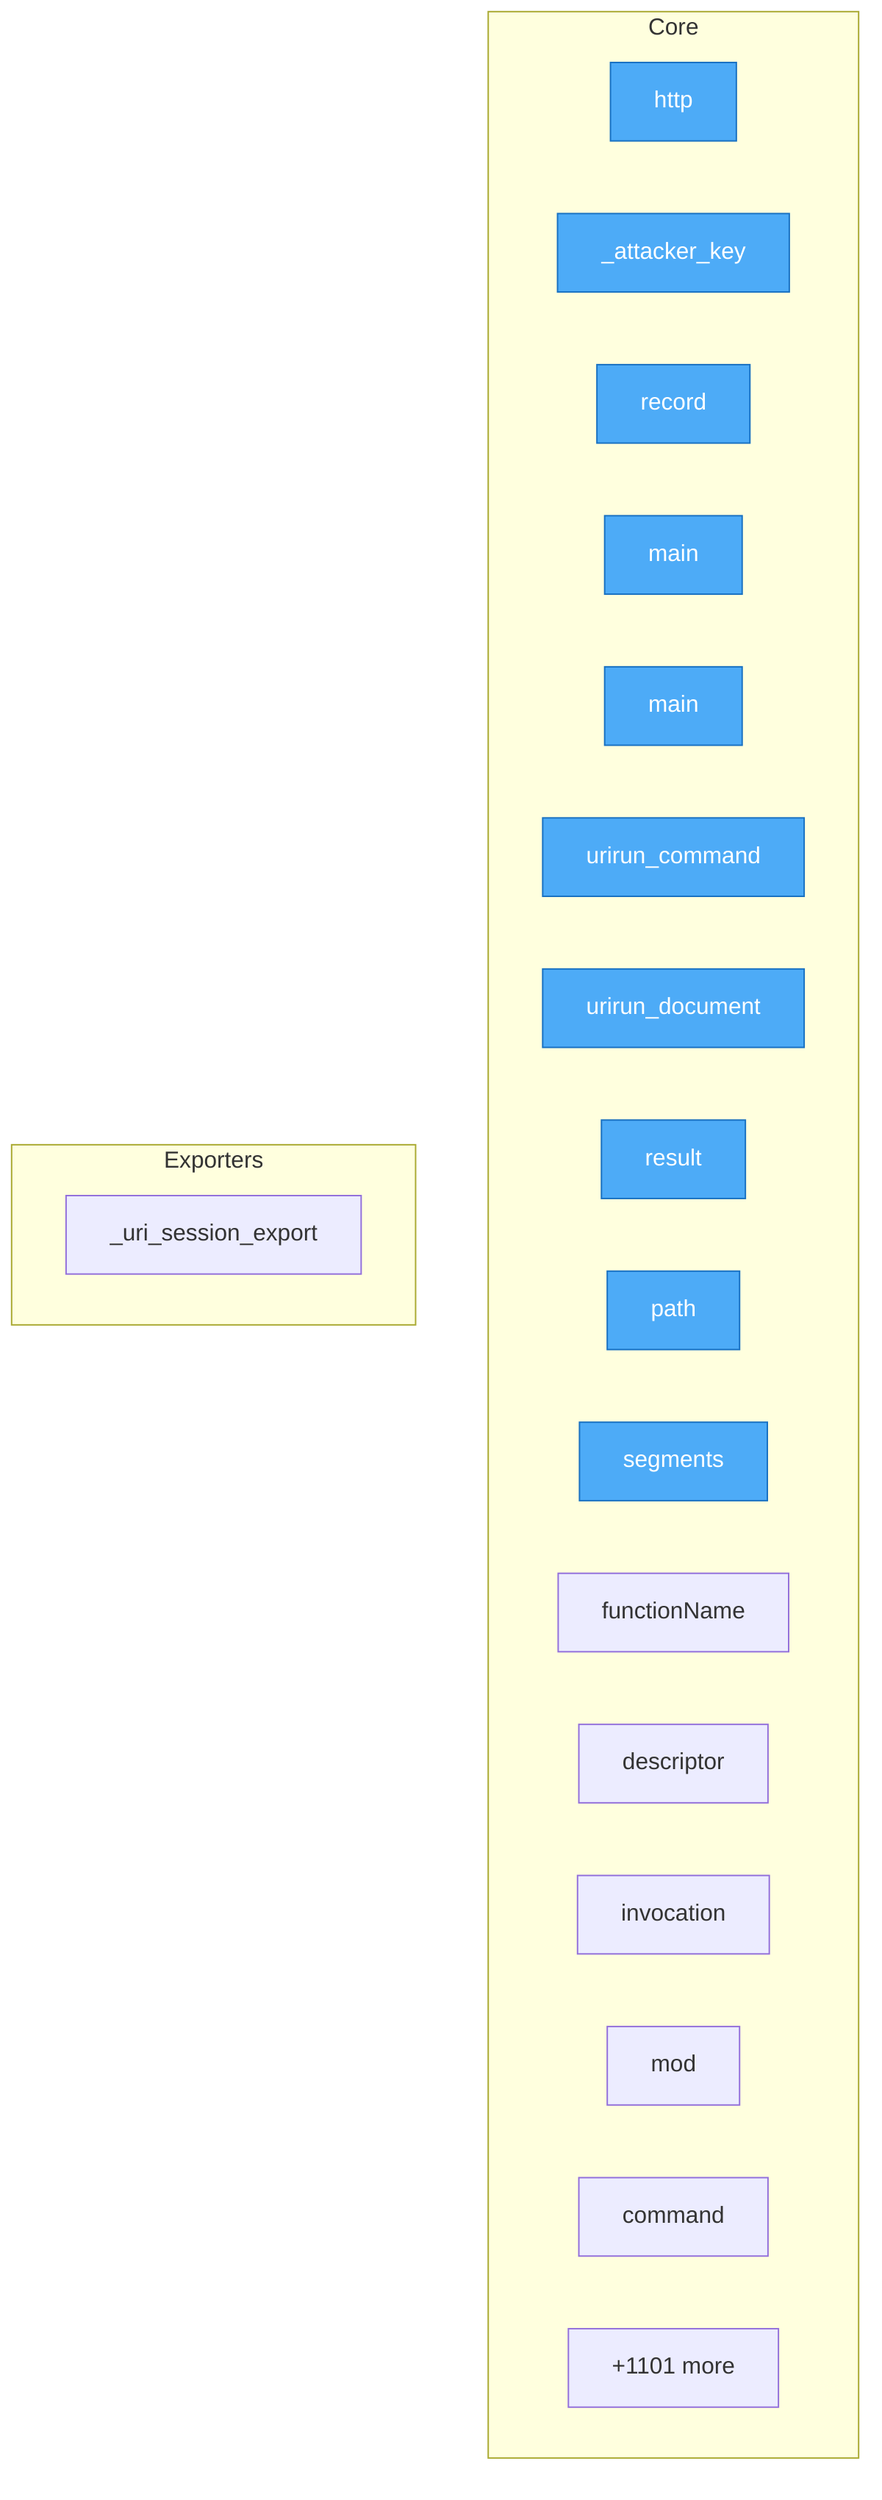
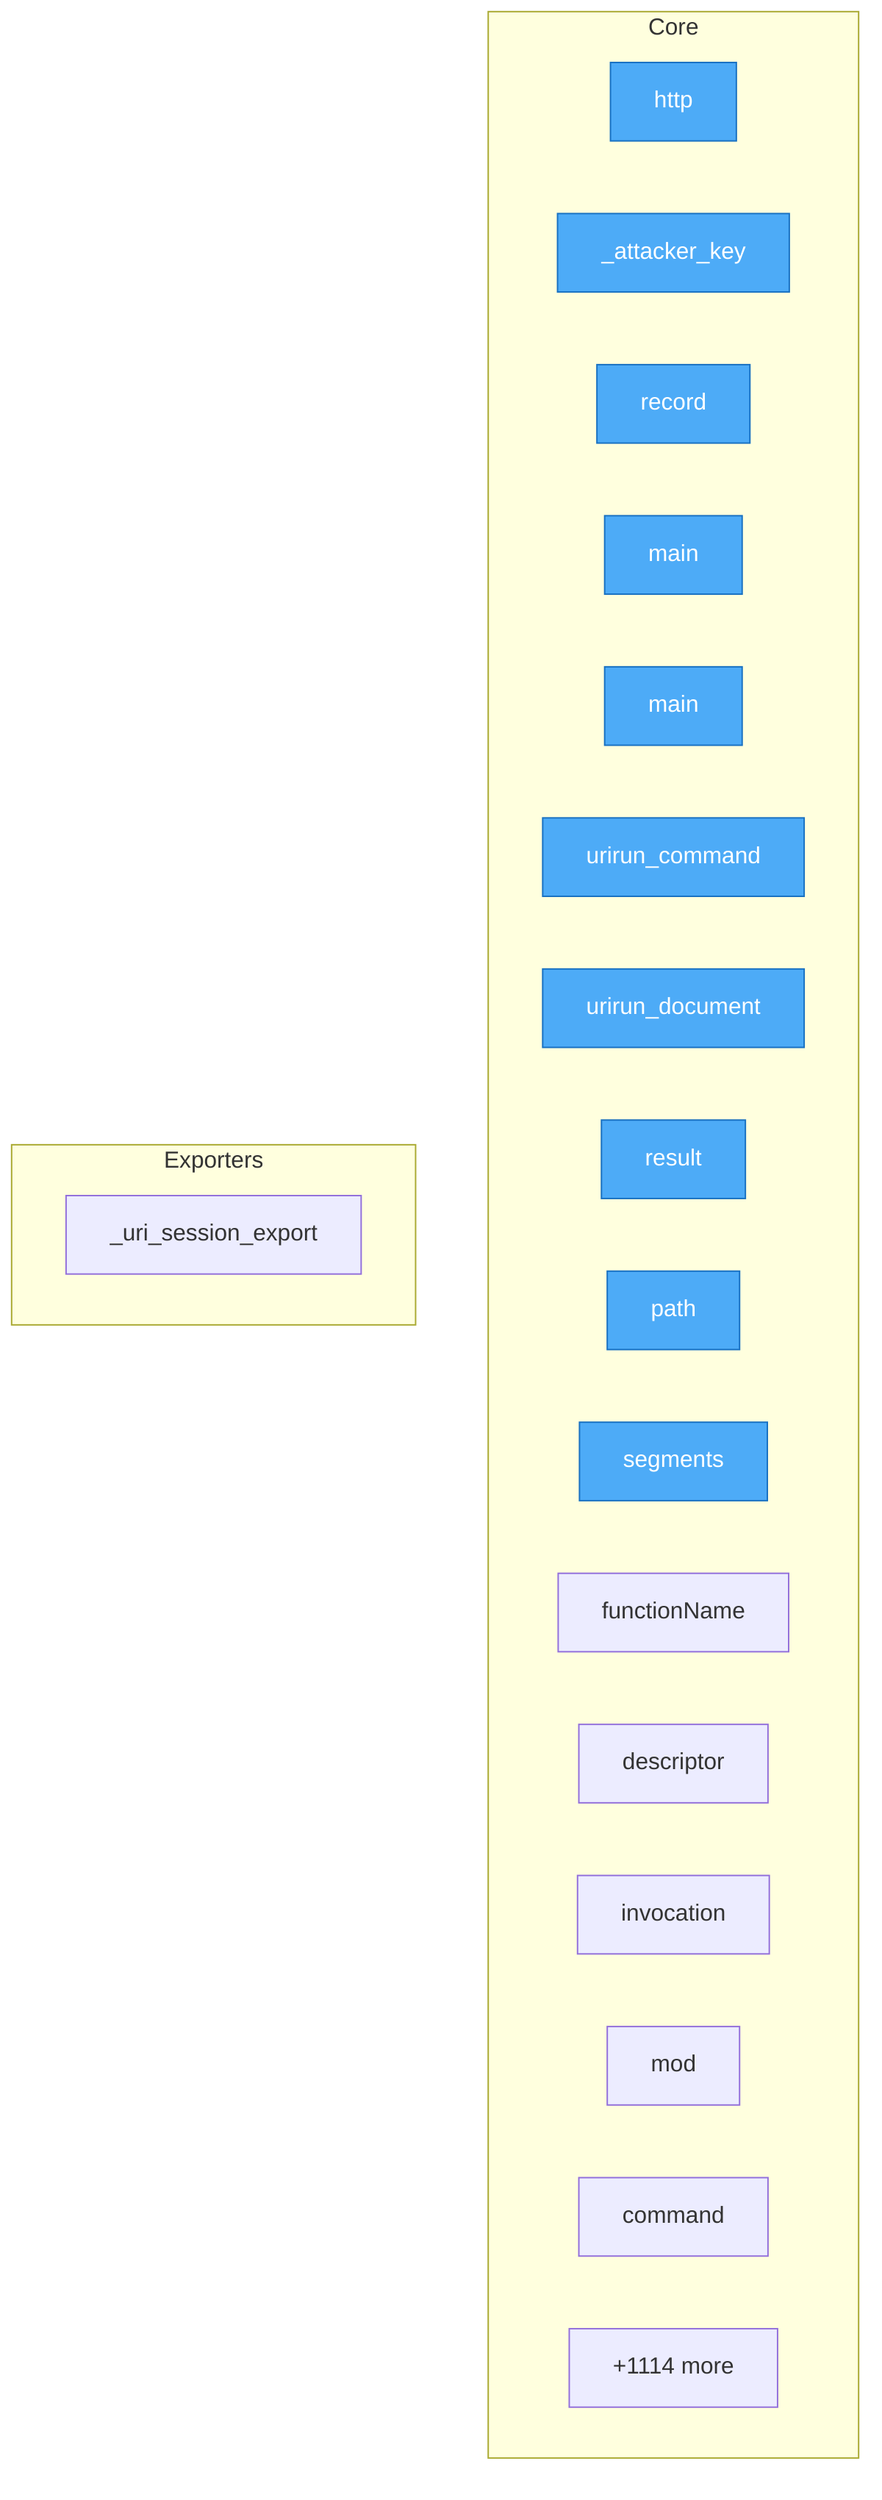
flowchart TD
- %% generated in 0.10s
+ %% generated in 0.09s

    %% Entry points (blue)
    classDef entry fill:#4dabf7,stroke:#1971c2,color:#fff

    subgraph Core
        security__mesh_probe__probe__http["http"]
        security__mesh_probe__probe___attacker_key["_attacker_key"]
        security__mesh_probe__probe__record["record"]
        adapters__conformance__main["main"]
        adapters__new_connector__main["main"]
        adapters__bash__urirun__urirun_command["urirun_command"]
        adapters__bash__urirun__urirun_document["urirun_document"]
        adapters__js__index__test__result["result"]
        adapters__js__path["path"]
        adapters__js__segments["segments"]
        adapters__js__functionName["functionName"]
        adapters__js__descriptor["descriptor"]
        adapters__js__invocation["invocation"]
        adapters__js__mod["mod"]
        adapters__java__Urirun__Urirun__command["command"]
-         ...["+1101 more"]
+         ...["+1114 more"]
    end

    subgraph Exporters
        adapters__python__urirun__node__skill___uri_session_export["_uri_session_export"]
    end

    class security__mesh_probe__probe__http,security__mesh_probe__probe___attacker_key,security__mesh_probe__probe__record,adapters__conformance__main,adapters__new_connector__main,adapters__bash__urirun__urirun_command,adapters__bash__urirun__urirun_document,adapters__js__index__test__result,adapters__js__path,adapters__js__segments entry
